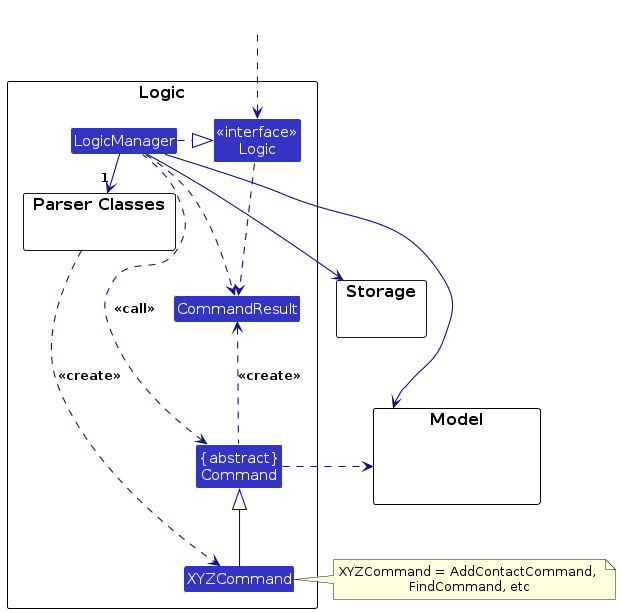
Above: diagrams/LogicClassDiagram.png in AY2526S1-CS2103T-T15-2/tp (PlantUML), before the change. Its source is kept beside it as diagrams/LogicClassDiagram.puml. The source it was exported from:
```plantuml
@startuml
!include style.puml
skinparam arrowThickness 1.1
skinparam arrowColor LOGIC_COLOR_T4
skinparam classBackgroundColor LOGIC_COLOR

package Logic as LogicPackage {

package "Parser Classes" as ParserClasses{
}
Class XYZCommand
Class CommandResult
Class "{abstract}\nCommand" as Command


Class "<<interface>>\nLogic" as Logic
Class LogicManager
}

package Model {
Class HiddenModel #FFFFFF
}

package Storage {
}

Class HiddenOutside #FFFFFF
HiddenOutside ..> Logic

LogicManager .right.|> Logic
LogicManager -right->"1" ParserClasses
ParserClasses ..> XYZCommand : <<create>>

XYZCommand -up-|> Command
LogicManager .left.> Command : <<call>>

LogicManager --> Model
LogicManager --> Storage
Storage --[hidden] Model
Command .[hidden]up.> Storage
Command .right.> Model
note right of XYZCommand: XYZCommand = AddContactCommand, \nFindCommand, etc

Logic ..> CommandResult
LogicManager .down.> CommandResult
Command .up.> CommandResult : <<create>>
@enduml
```
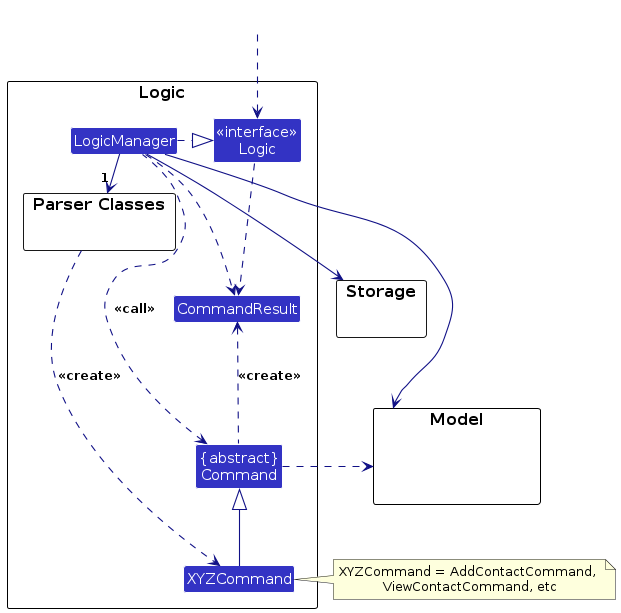
After the commit.

Diff of the diagram source:
```diff
@@ -39,7 +39,7 @@
 Storage --[hidden] Model
 Command .[hidden]up.> Storage
 Command .right.> Model
-note right of XYZCommand: XYZCommand = AddContactCommand, \nFindCommand, etc
+note right of XYZCommand: XYZCommand = AddContactCommand, \nViewContactCommand, etc
 
 Logic ..> CommandResult
 LogicManager .down.> CommandResult
```
